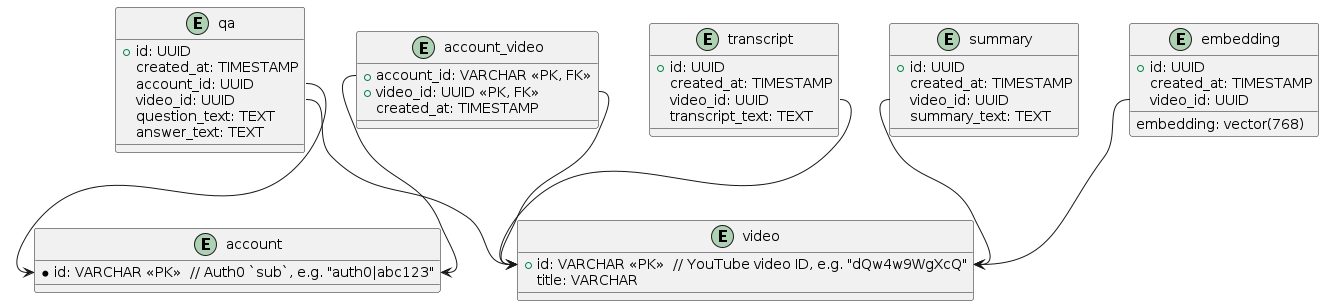
Before: docs/db_schema.png, a diagram exported from PlantUML (vm1828/yt-assistant).
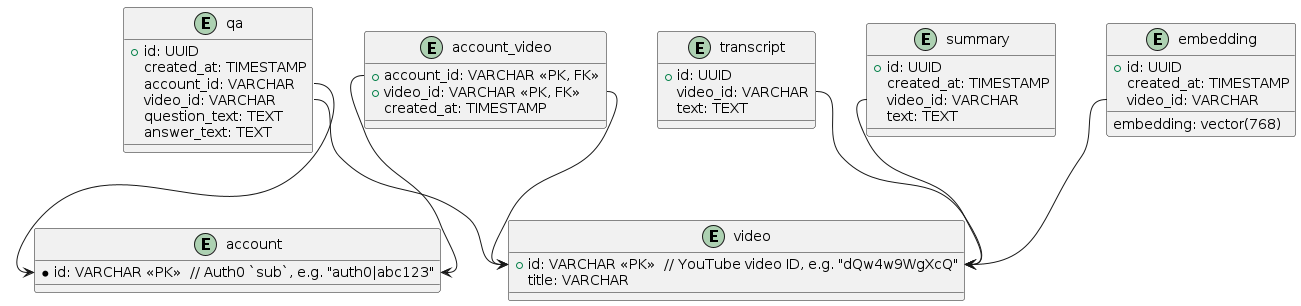
The same file after the commit.

Commit message:
feat(db): refactor models (circular imports, move to mapped_column, video title not null)

The edit, as a diff of the source:
```diff
@@ -11,29 +11,28 @@
 
 entity "account_video" {
   +account_id: VARCHAR <<PK, FK>>
-  +video_id: UUID <<PK, FK>>
+  +video_id: VARCHAR <<PK, FK>>
   created_at: TIMESTAMP
 }
 
 entity "transcript" {
   +id: UUID
-  created_at: TIMESTAMP
-  video_id: UUID
-  transcript_text: TEXT
+  video_id: VARCHAR
+  text: TEXT
 }
 
 entity "summary" {
   +id: UUID
   created_at: TIMESTAMP
-  video_id: UUID
-  summary_text: TEXT
+  video_id: VARCHAR
+  text: TEXT
 }
 
 entity "qa" {
   +id: UUID
   created_at: TIMESTAMP
-  account_id: UUID
-  video_id: UUID
+  account_id: VARCHAR
+  video_id: VARCHAR
   question_text: TEXT
   answer_text: TEXT
 }
@@ -41,7 +40,7 @@
 entity "embedding" {
   +id: UUID
   created_at: TIMESTAMP
-  video_id: UUID
+  video_id: VARCHAR
   embedding: vector(768)
 }
 
```
